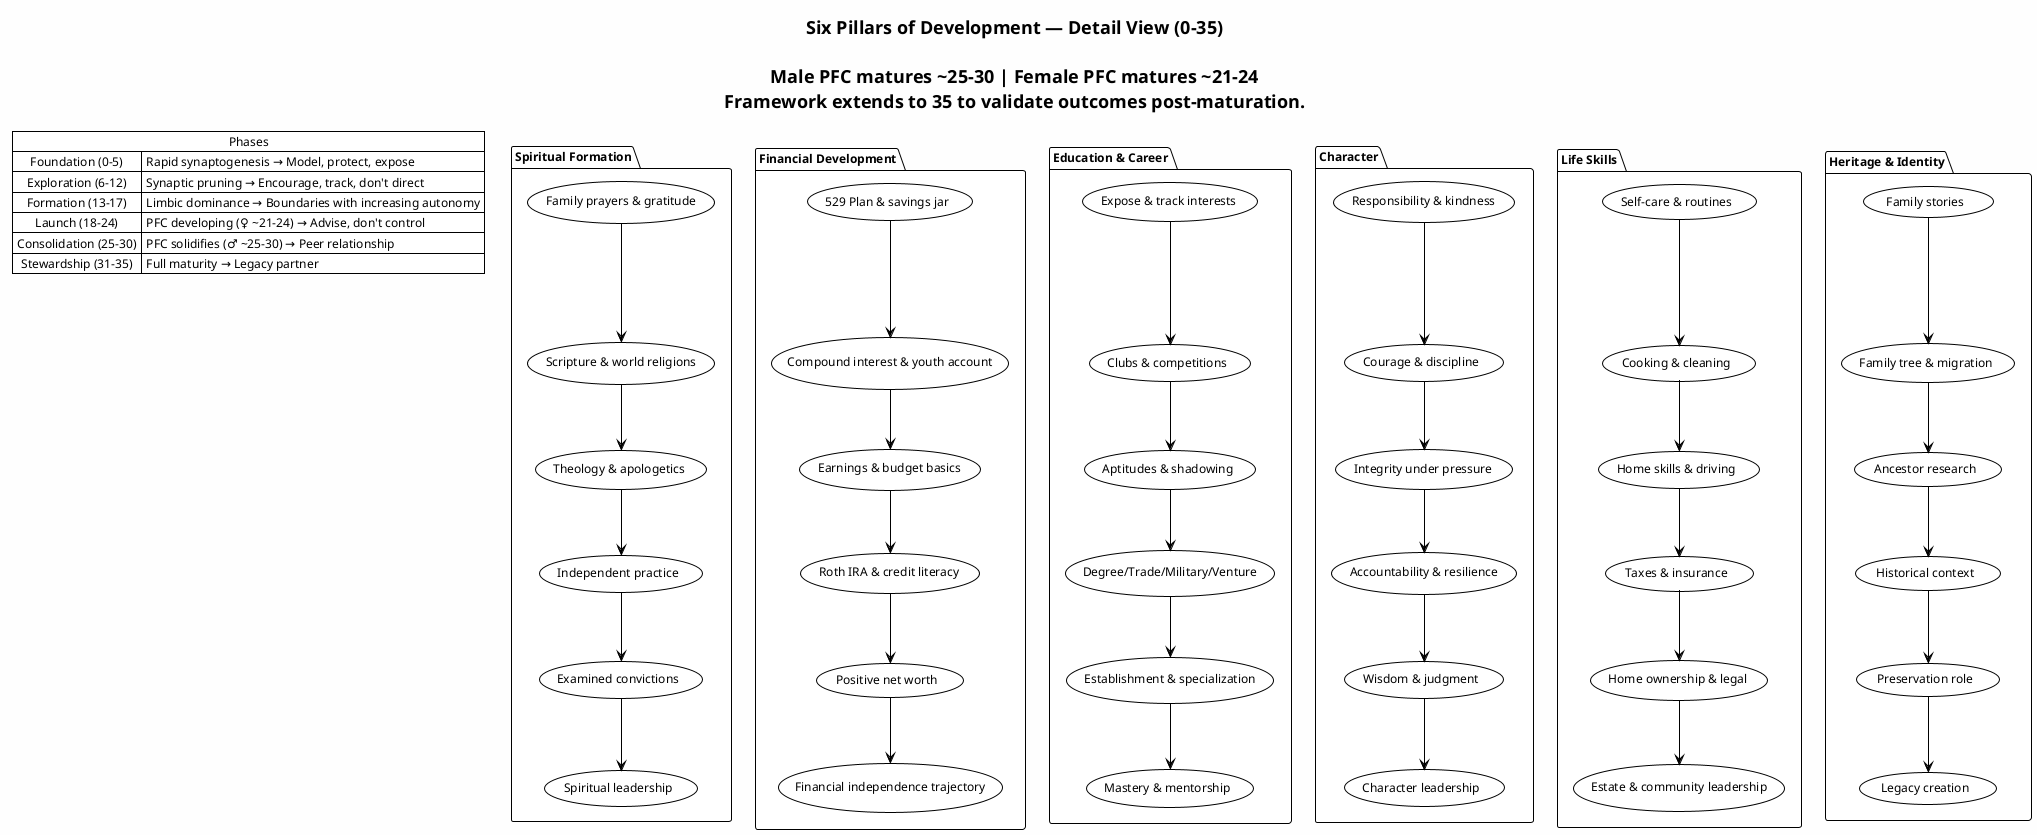
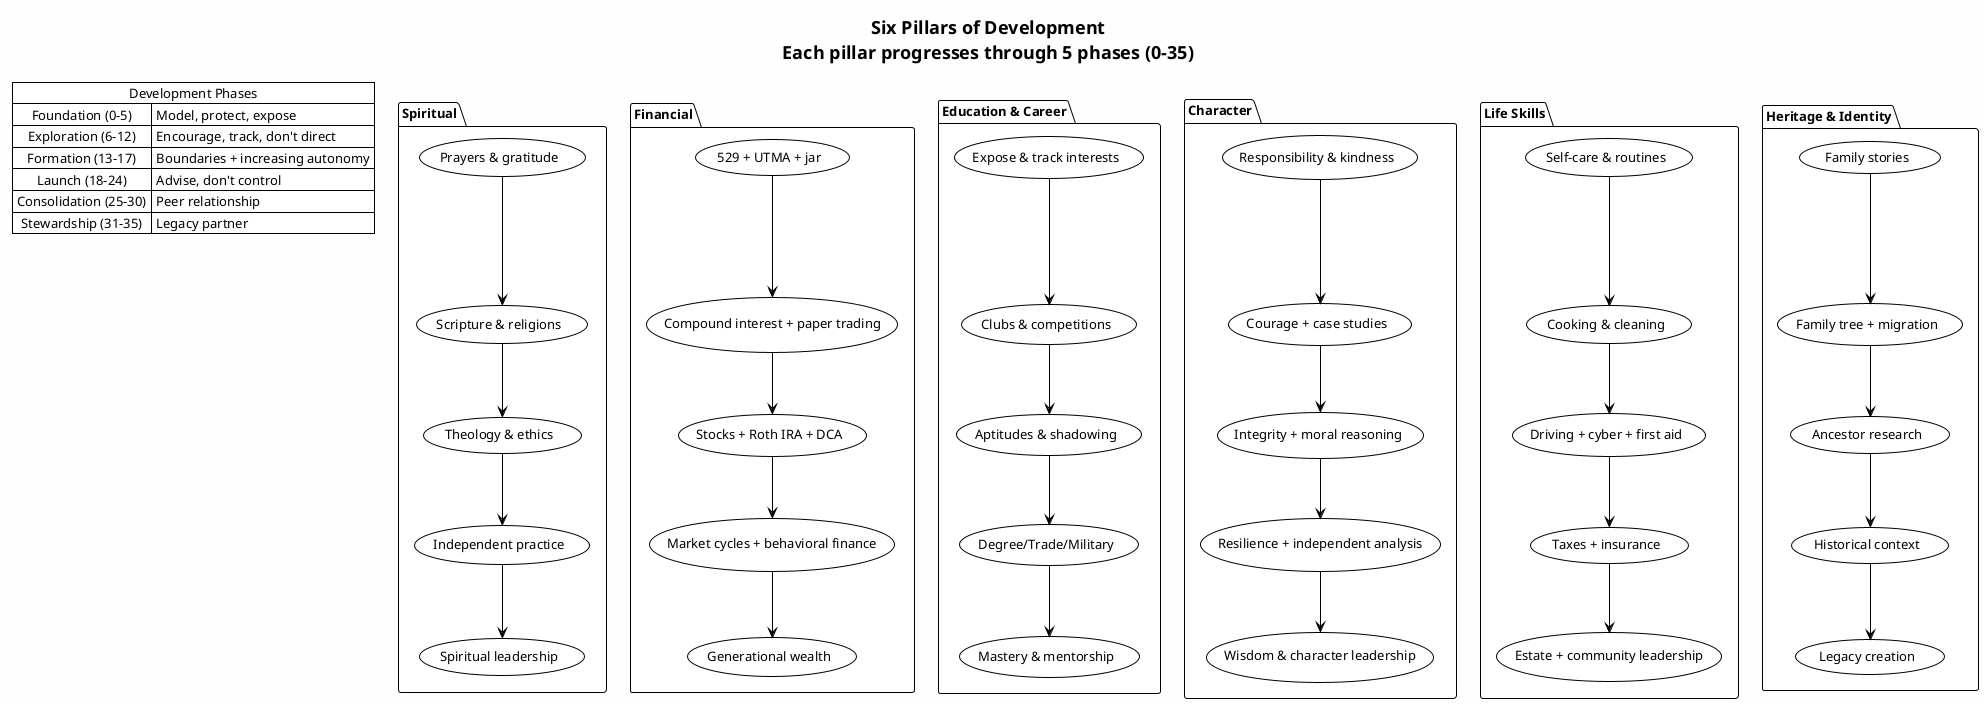
@startuml pillars_detail
!theme plain
skinparam backgroundColor #FEFEFE
- skinparam defaultFontSize 12
+ skinparam defaultFontSize 13
skinparam titleFontSize 18

- title Six Pillars of Development — Detail View (0–35)\n\nMale PFC matures ~25–30 | Female PFC matures ~21–24\nFramework extends to 35 to validate outcomes post-maturation.
+ title Six Pillars of Development\nEach pillar progresses through 5 phases (0–35)

- map "Phases" as phases {
-   Foundation (0–5) => Rapid synaptogenesis → Model, protect, expose
-   Exploration (6–12) => Synaptic pruning → Encourage, track, don't direct
-   Formation (13–17) => Limbic dominance → Boundaries with increasing autonomy
-   Launch (18–24) => PFC developing (♀ ~21–24) → Advise, don't control
-   Consolidation (25–30) => PFC solidifies (♂ ~25–30) → Peer relationship
-   Stewardship (31–35) => Full maturity → Legacy partner
+ map "Development Phases" as phases {
+   Foundation (0–5) => Model, protect, expose
+   Exploration (6–12) => Encourage, track, don't direct
+   Formation (13–17) => Boundaries + increasing autonomy
+   Launch (18–24) => Advise, don't control
+   Consolidation (25–30) => Peer relationship
+   Stewardship (31–35) => Legacy partner
}

- package "Spiritual Formation" {
-   (Family prayers & gratitude) as sp1
-   (Scripture & world religions) as sp2
-   (Theology & apologetics) as sp3
-   (Independent practice) as sp4
-   (Examined convictions) as sp5
-   (Spiritual leadership) as sp6
-   sp1 --> sp2
-   sp2 --> sp3
-   sp3 --> sp4
-   sp4 --> sp5
-   sp5 --> sp6
+ package "Spiritual" {
+   (Prayers & gratitude) --> (Scripture & religions)
+   (Scripture & religions) --> (Theology & ethics)
+   (Theology & ethics) --> (Independent practice)
+   (Independent practice) --> (Spiritual leadership)
}

- package "Financial Development" {
-   (529 Plan & savings jar) as fi1
-   (Compound interest & youth account) as fi2
-   (Earnings & budget basics) as fi3
-   (Roth IRA & credit literacy) as fi4
-   (Positive net worth) as fi5
-   (Financial independence trajectory) as fi6
-   fi1 --> fi2
-   fi2 --> fi3
-   fi3 --> fi4
-   fi4 --> fi5
-   fi5 --> fi6
+ package "Financial" {
+   (529 + UTMA + jar) --> (Compound interest + paper trading)
+   (Compound interest + paper trading) --> (Stocks + Roth IRA + DCA)
+   (Stocks + Roth IRA + DCA) --> (Market cycles + behavioral finance)
+   (Market cycles + behavioral finance) --> (Generational wealth)
}

package "Education & Career" {
-   (Expose & track interests) as ed1
-   (Clubs & competitions) as ed2
-   (Aptitudes & shadowing) as ed3
-   (Degree/Trade/Military/Venture) as ed4
-   (Establishment & specialization) as ed5
-   (Mastery & mentorship) as ed6
-   ed1 --> ed2
-   ed2 --> ed3
-   ed3 --> ed4
-   ed4 --> ed5
-   ed5 --> ed6
+   (Expose & track interests) --> (Clubs & competitions)
+   (Clubs & competitions) --> (Aptitudes & shadowing)
+   (Aptitudes & shadowing) --> (Degree/Trade/Military)
+   (Degree/Trade/Military) --> (Mastery & mentorship)
}

package "Character" {
-   (Responsibility & kindness) as ch1
-   (Courage & discipline) as ch2
-   (Integrity under pressure) as ch3
-   (Accountability & resilience) as ch4
-   (Wisdom & judgment) as ch5
-   (Character leadership) as ch6
-   ch1 --> ch2
-   ch2 --> ch3
-   ch3 --> ch4
-   ch4 --> ch5
-   ch5 --> ch6
+   (Responsibility & kindness) --> (Courage + case studies)
+   (Courage + case studies) --> (Integrity + moral reasoning)
+   (Integrity + moral reasoning) --> (Resilience + independent analysis)
+   (Resilience + independent analysis) --> (Wisdom & character leadership)
}

package "Life Skills" {
-   (Self-care & routines) as ls1
-   (Cooking & cleaning) as ls2
-   (Home skills & driving) as ls3
-   (Taxes & insurance) as ls4
-   (Home ownership & legal) as ls5
-   (Estate & community leadership) as ls6
-   ls1 --> ls2
-   ls2 --> ls3
-   ls3 --> ls4
-   ls4 --> ls5
-   ls5 --> ls6
+   (Self-care & routines) --> (Cooking & cleaning)
+   (Cooking & cleaning) --> (Driving + cyber + first aid)
+   (Driving + cyber + first aid) --> (Taxes + insurance)
+   (Taxes + insurance) --> (Estate + community leadership)
}

package "Heritage & Identity" {
-   (Family stories) as he1
-   (Family tree & migration) as he2
-   (Ancestor research) as he3
-   (Historical context) as he4
-   (Preservation role) as he5
-   (Legacy creation) as he6
-   he1 --> he2
-   he2 --> he3
-   he3 --> he4
-   he4 --> he5
-   he5 --> he6
+   (Family stories) --> (Family tree + migration)
+   (Family tree + migration) --> (Ancestor research)
+   (Ancestor research) --> (Historical context)
+   (Historical context) --> (Legacy creation)
}

@enduml
